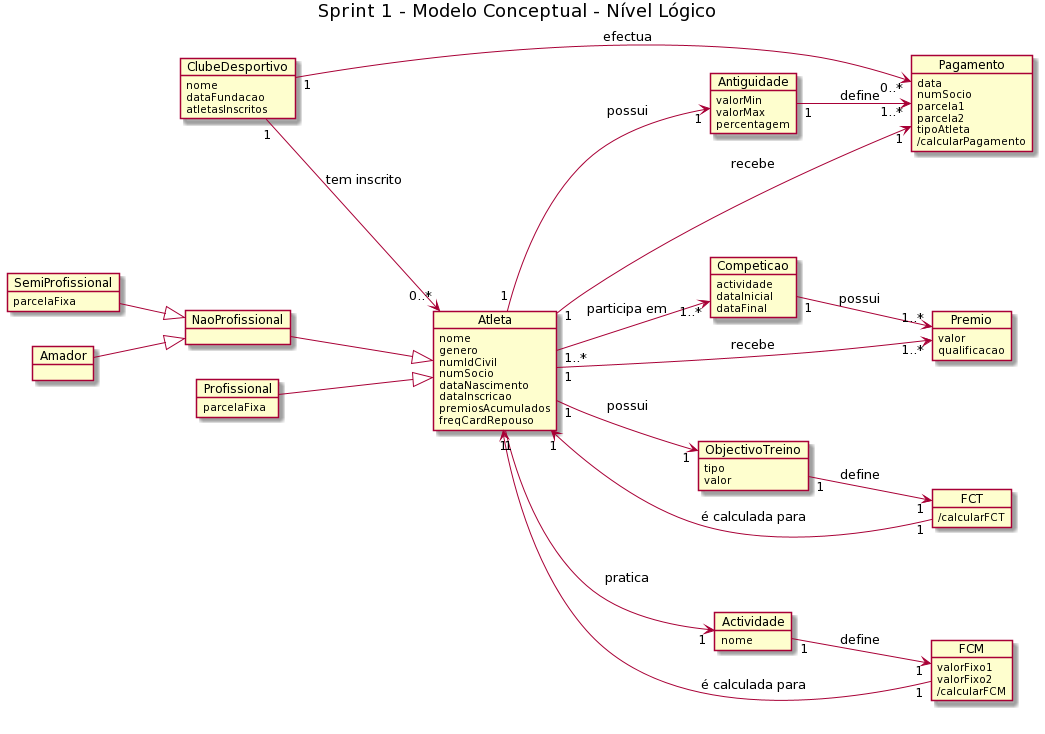
Above: V2/Modelo Conceptual - Nivel Logico V2.png in PedroVieiraMiguez/base-dados (PlantUML), before the change. Its diagram source:
```plantuml
@startuml
left to right direction

title Sprint 1 - Modelo Conceptual - Nível Lógico

object ClubeDesportivo{
    nome
    dataFundacao
    atletasInscritos
}

object Atleta{
    nome
    genero
    numIdCivil
    numSocio
    dataNascimento
    dataInscricao
    premiosAcumulados
    freqCardRepouso
}

object Antiguidade{
    valorMin
    valorMax
    percentagem
}

object FCM{
    valorFixo1
    valorFixo2
    /calcularFCM
}

object FCT{
    /calcularFCT
}

object ObjectivoTreino {
    tipo
    valor
}

object Competicao {
    actividade
    dataInicial
    dataFinal
}

object Pagamento {
    data
    numSocio
    parcela1
    parcela2
    tipoAtleta
    /calcularPagamento
}

object Premio {
    valor
    qualificacao
}

object Profissional{
    parcelaFixa
}

object NaoProfissional{
}

object SemiProfissional{
    parcelaFixa
}

object Amador{

}

object Actividade {
    nome
}

ClubeDesportivo"1"-->"0..*"Atleta: tem inscrito
ClubeDesportivo"1"-->"0..*"Pagamento: efectua
Atleta"1"-->"1"Pagamento: recebe
Profissional--|>Atleta
Amador--|>NaoProfissional
SemiProfissional--|>NaoProfissional
NaoProfissional--|>Atleta
Atleta"1..*"-->"1..*"Competicao: participa em
Competicao"1"-->"1..*"Premio: possui
Atleta"1"-->"1..*"Premio: recebe
Atleta"1"-->"1"Actividade: pratica
FCM"1"-->"1"Atleta: é calculada para
FCT"1"-->"1"Atleta: é calculada para
Atleta"1"-->"1"Antiguidade: possui
Atleta"1"-->"1"ObjectivoTreino: possui
Antiguidade"1"-->"1..*"Pagamento: define
Actividade"1"-->"1"FCM: define
ObjectivoTreino"1"-->"1"FCT: define
@enduml
```
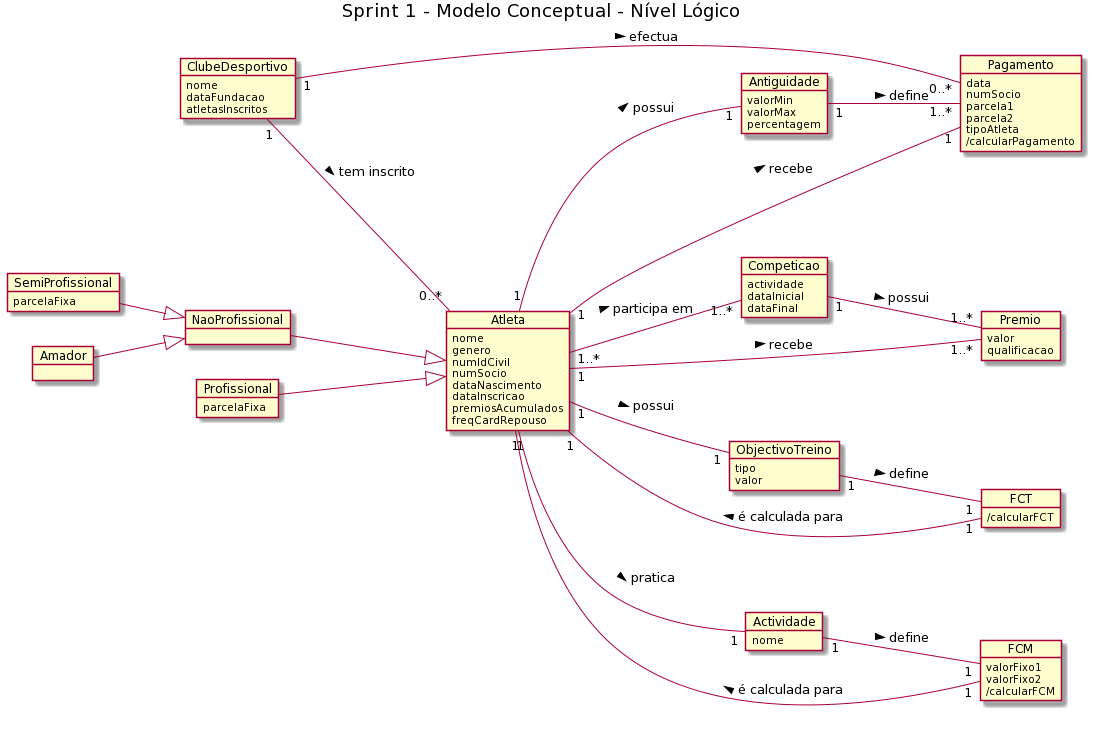
Later version of the same file.

Commit message:
Update com correções

What changed in the source:
```diff
@@ -80,22 +80,22 @@
     nome
 }
 
-ClubeDesportivo"1"-->"0..*"Atleta: tem inscrito
-ClubeDesportivo"1"-->"0..*"Pagamento: efectua
-Atleta"1"-->"1"Pagamento: recebe
+ClubeDesportivo"1"--"0..*"Atleta: tem inscrito >
+ClubeDesportivo"1"--"0..*"Pagamento: efectua >
+Atleta"1"--"1"Pagamento: recebe >
 Profissional--|>Atleta
 Amador--|>NaoProfissional
 SemiProfissional--|>NaoProfissional
 NaoProfissional--|>Atleta
-Atleta"1..*"-->"1..*"Competicao: participa em
-Competicao"1"-->"1..*"Premio: possui
-Atleta"1"-->"1..*"Premio: recebe
-Atleta"1"-->"1"Actividade: pratica
-FCM"1"-->"1"Atleta: é calculada para
-FCT"1"-->"1"Atleta: é calculada para
-Atleta"1"-->"1"Antiguidade: possui
-Atleta"1"-->"1"ObjectivoTreino: possui
-Antiguidade"1"-->"1..*"Pagamento: define
-Actividade"1"-->"1"FCM: define
-ObjectivoTreino"1"-->"1"FCT: define
+Atleta"1..*"--"1..*"Competicao: participa em >
+Atleta"1"--"1"Actividade: pratica >
+Competicao"1"--"1..*"Premio: possui >
+Atleta"1"--"1..*"Premio: recebe >
+FCM"1"--"1"Atleta: é calculada para >
+FCT"1"--"1"Atleta: é calculada para >
+Atleta"1"--"1"Antiguidade: possui >
+Atleta"1"--"1"ObjectivoTreino: possui >
+Antiguidade"1"--"1..*"Pagamento: define >
+Actividade"1"--"1"FCM: define >
+ObjectivoTreino"1"--"1"FCT: define >
 @enduml
```
